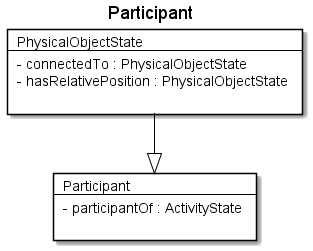
Above: fragments/diagrams/Participant.png in rtigran/rdf2adoc (PlantUML), before the change. Source of this version:
```plantuml
@startuml
Title Participant

Card Participant #fff [
Participant
----
- participantOf : ActivityState

]
Card PhysicalObjectState #fff [
PhysicalObjectState
----
- connectedTo : PhysicalObjectState
- hasRelativePosition : PhysicalObjectState

]
PhysicalObjectState --|> Participant  #000
@enduml
```
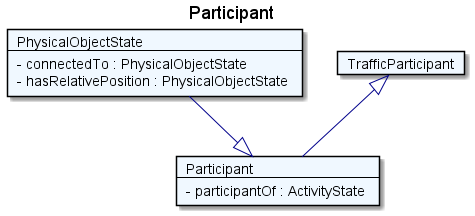
The same file after the commit.

Change to the diagram source:
```diff
@@ -1,18 +1,20 @@
 @startuml
 Title Participant
 
-Card Participant #fff [
+Card Participant #F0F8FF [
 Participant
 ----
 - participantOf : ActivityState
-
 ]
-Card PhysicalObjectState #fff [
+Card PhysicalObjectState #F0F8FF [
 PhysicalObjectState
 ----
 - connectedTo : PhysicalObjectState
 - hasRelativePosition : PhysicalObjectState
-
 ]
-PhysicalObjectState --|> Participant  #000
+PhysicalObjectState --|> Participant  #00008B
+Card TrafficParticipant #F0F8FF [
+TrafficParticipant
+]
+TrafficParticipant <|-- Participant  #00008B
 @enduml
```
